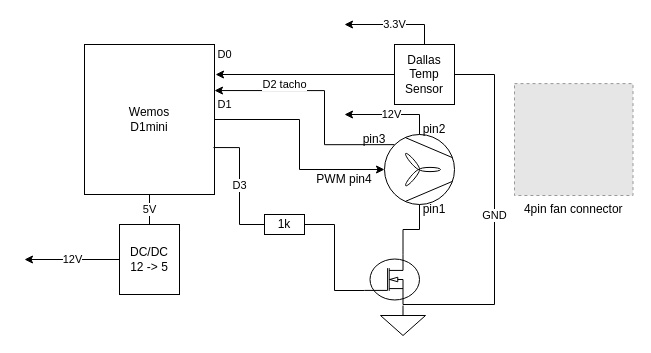
Before: img/wiring.drawio in sker65/esphome-fan-controller, a draw.io diagram. Source tidied: cells renumbered, new cells numbered last; positions are measured from the earlier drawing's top-left corner, leaving out a move shared by most shapes. Both pictures are drawn from the tidied source at 100%, with x=0, y=0 at pixel (24, 24). Pictures stored in the file or linked from it are replaced by grey dashed boxes.
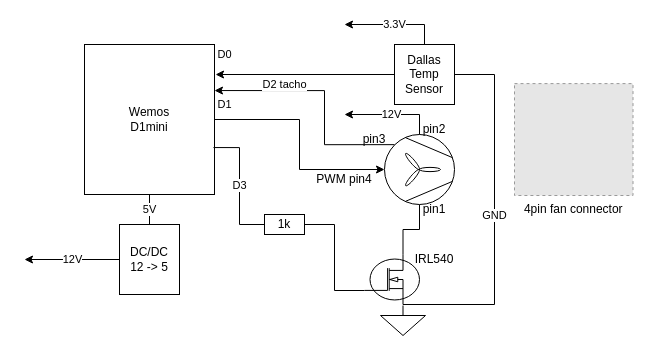
After the change.

Change to the diagram source:
```diff
@@
+    <mxCell id="25" value="IRL540" style="text;html=1;strokeColor=none;fillColor=none;align=center;verticalAlign=middle;whiteSpace=wrap;rounded=0;" parent="1" vertex="1">
+      <mxGeometry x="380" y="220" width="60" height="30" as="geometry" />
+    </mxCell>
```
